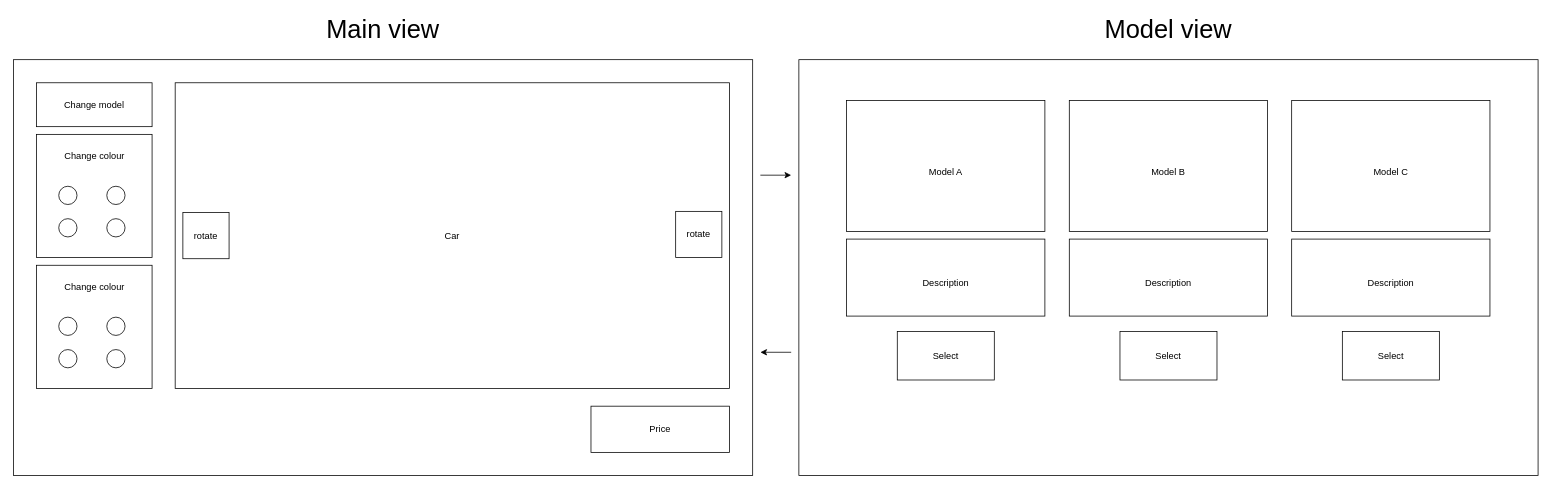
The draw.io diagram wip/UX.drawio in En-Be/CarCustomiser, before the edit. Source tidied: cells renumbered, new cells numbered last; positions are measured from the earlier drawing's top-left corner, leaving out a move shared by most shapes. Both pictures are drawn from the tidied source at 77%, with x=0, y=0 at pixel (13, 13).
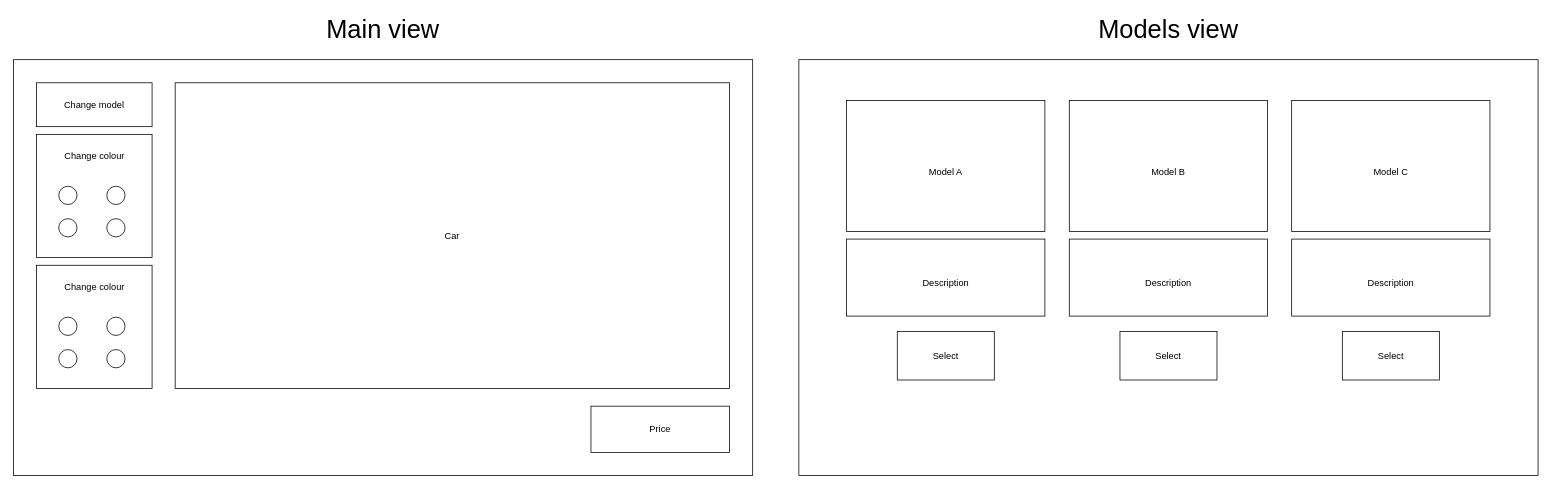
The same diagram, later.

The edit, as a diff of the source:
```diff
@@
-    <mxCell id="8" value="Model view" style="text;html=1;strokeColor=none;fillColor=none;align=center;verticalAlign=middle;whiteSpace=wrap;rounded=0;fontSize=33;" parent="1" vertex="1">
-      <mxGeometry x="1415" width="170" height="40" as="geometry" />
+    <mxCell id="8" value="Models view" style="text;html=1;strokeColor=none;fillColor=none;align=center;verticalAlign=middle;whiteSpace=wrap;rounded=0;fontSize=33;" parent="1" vertex="1">
+      <mxGeometry x="1380" width="240" height="40" as="geometry" />
     </mxCell>
@@
-    <mxCell id="32" value="rotate" style="rounded=0;whiteSpace=wrap;html=1;fontSize=12;" parent="1" vertex="1">
-      <mxGeometry x="220" y="258.5" width="60" height="60" as="geometry" />
-    </mxCell>
-    <mxCell id="33" value="rotate" style="rounded=0;whiteSpace=wrap;html=1;fontSize=12;" parent="1" vertex="1">
-      <mxGeometry x="860" y="257" width="60" height="60" as="geometry" />
-    </mxCell>
-    <mxCell id="34" style="endArrow=classic;html=1;rounded=0;fontSize=12;" parent="1" edge="1">
-      <mxGeometry relative="1" as="geometry">
-        <mxPoint x="970" y="210" as="sourcePoint" />
-        <mxPoint x="1010" y="210" as="targetPoint" />
-      </mxGeometry>
-    </mxCell>
-    <mxCell id="35" style="endArrow=classic;html=1;rounded=0;fontSize=12;" parent="1" edge="1">
-      <mxGeometry relative="1" as="geometry">
-        <mxPoint x="1010" y="440" as="sourcePoint" />
-        <mxPoint x="970" y="440" as="targetPoint" />
-      </mxGeometry>
-    </mxCell>
```
